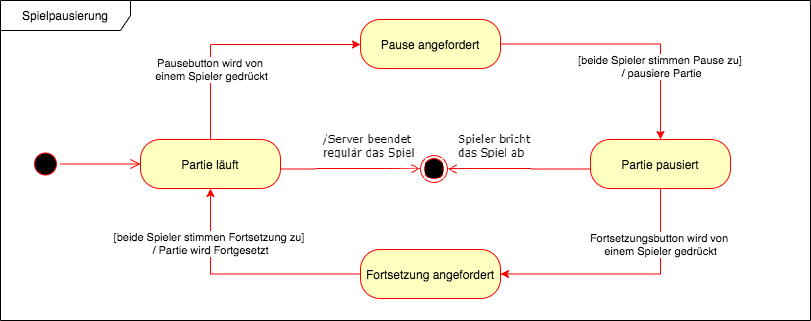
Above: Documentation/Requirement_specification_document/images/Partie_pausieren.png in LeverageAlex/DuneRTS (draw.io), before the change. Source tidied: cells renumbered, new cells last; positions are measured from the earlier drawing's top-left corner, leaving out a move shared by most shapes. The source it was exported from:
```xml
<mxGraphModel>
  <root>
    <mxCell id="0" />
    <mxCell id="1" parent="0" />
    <mxCell id="2" style="edgeStyle=orthogonalEdgeStyle;rounded=0;jettySize=auto;html=1;strokeColor=#FF0000;" parent="1" edge="1" source="4" target="9">
      <mxGeometry relative="1" as="geometry">
        <Array as="points">
          <mxPoint x="210" y="44" />
        </Array>
      </mxGeometry>
    </mxCell>
    <mxCell id="3" value="Pausebutton wird von &lt;br&gt;einem Spieler gedrückt" style="edgeLabel;html=1;align=center;verticalAlign=middle;" parent="2" vertex="1">
      <mxGeometry x="-0.29" y="1" relative="1" as="geometry">
        <mxPoint x="1" y="16" as="offset" />
      </mxGeometry>
    </mxCell>
    <mxCell id="4" value="Partie läuft" style="rounded=1;whiteSpace=wrap;html=1;arcSize=40;fontColor=#000000;fillColor=#ffffc0;strokeColor=#ff0000;shadow=0;" parent="1" vertex="1">
      <mxGeometry x="140" y="139" width="140" height="49" as="geometry" />
    </mxCell>
    <mxCell id="5" style="ellipse;html=1;shape=startState;fillColor=#000000;strokeColor=#ff0000;rounded=1;shadow=0;" parent="1" vertex="1">
      <mxGeometry x="30" y="148.5" width="30" height="30" as="geometry" />
    </mxCell>
    <mxCell id="6" style="edgeStyle=orthogonalEdgeStyle;html=1;verticalAlign=bottom;endArrow=open;endSize=8;strokeColor=#ff0000;rounded=0;entryX=0;entryY=0.5;entryDx=0;entryDy=0;" parent="1" edge="1" source="5" target="4">
      <mxGeometry relative="1" as="geometry" />
    </mxCell>
    <mxCell id="7" style="edgeStyle=orthogonalEdgeStyle;rounded=0;jettySize=auto;html=1;strokeColor=#FF0000;" parent="1" edge="1" source="9" target="15">
      <mxGeometry relative="1" as="geometry" />
    </mxCell>
    <mxCell id="8" value="[beide Spieler stimmen Pause zu] &lt;br&gt;/ pausiere Partie" style="edgeLabel;html=1;align=center;verticalAlign=middle;" parent="7" vertex="1">
      <mxGeometry x="0.42" relative="1" as="geometry">
        <mxPoint y="1" as="offset" />
      </mxGeometry>
    </mxCell>
    <mxCell id="9" value="Pause angefordert" style="rounded=1;whiteSpace=wrap;html=1;arcSize=40;fontColor=#000000;fillColor=#ffffc0;strokeColor=#ff0000;shadow=0;" parent="1" vertex="1">
      <mxGeometry x="360" y="19" width="140" height="49" as="geometry" />
    </mxCell>
    <mxCell id="10" style="edgeStyle=orthogonalEdgeStyle;rounded=0;jettySize=auto;html=1;exitX=0;exitY=0.5;exitDx=0;exitDy=0;entryX=0.5;entryY=1;entryDx=0;entryDy=0;strokeColor=#FF0000;" parent="1" edge="1" source="12" target="4">
      <mxGeometry relative="1" as="geometry" />
    </mxCell>
    <mxCell id="11" value="[beide Spieler stimmen Fortsetzung zu]&amp;nbsp;&lt;br&gt;/ Partie wird Fortgesetzt" style="edgeLabel;html=1;align=center;verticalAlign=middle;" parent="10" vertex="1">
      <mxGeometry x="0.54" y="1" relative="1" as="geometry" />
    </mxCell>
    <mxCell id="12" value="Fortsetzung angefordert" style="rounded=1;whiteSpace=wrap;html=1;arcSize=40;fontColor=#000000;fillColor=#ffffc0;strokeColor=#ff0000;shadow=0;" parent="1" vertex="1">
      <mxGeometry x="360" y="249" width="140" height="49" as="geometry" />
    </mxCell>
    <mxCell id="13" style="edgeStyle=orthogonalEdgeStyle;rounded=0;jettySize=auto;html=1;exitX=0.5;exitY=1;exitDx=0;exitDy=0;entryX=1;entryY=0.5;entryDx=0;entryDy=0;strokeColor=#FF0000;" parent="1" edge="1" source="15" target="12">
      <mxGeometry relative="1" as="geometry" />
    </mxCell>
    <mxCell id="14" value="Fortsetzungsbutton wird von &lt;br&gt;einem Spieler gedrückt" style="edgeLabel;html=1;align=center;verticalAlign=middle;" parent="13" vertex="1">
      <mxGeometry x="-0.55" y="-1" relative="1" as="geometry" />
    </mxCell>
    <mxCell id="15" value="Partie pausiert" style="rounded=1;whiteSpace=wrap;html=1;arcSize=40;fontColor=#000000;fillColor=#ffffc0;strokeColor=#ff0000;shadow=0;" parent="1" vertex="1">
      <mxGeometry x="590" y="139" width="140" height="49" as="geometry" />
    </mxCell>
    <mxCell id="16" value="Spielpausierung" style="shape=umlFrame;whiteSpace=wrap;html=1;rounded=1;shadow=0;strokeColor=#000000;fillColor=default;gradientColor=none;width=130;height=30;" parent="1" vertex="1">
      <mxGeometry width="810" height="320" as="geometry" />
    </mxCell>
  </root>
</mxGraphModel>
```
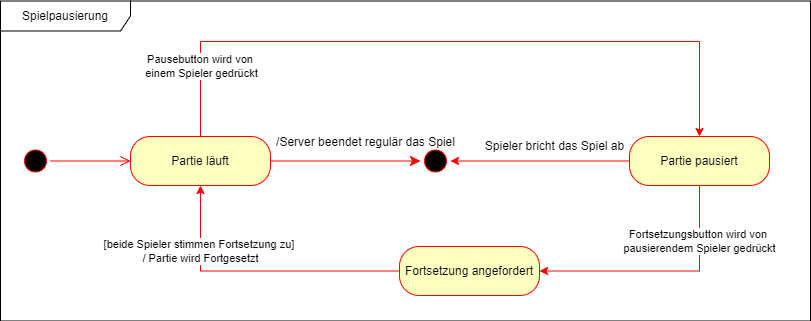
The same diagram one commit later.

Diff of the diagram source:
```diff
@@ -2,8 +2,9 @@
   <root>
     <mxCell id="0" />
     <mxCell id="1" parent="0" />
-    <mxCell id="2" style="edgeStyle=orthogonalEdgeStyle;rounded=0;jettySize=auto;html=1;strokeColor=#FF0000;" parent="1" edge="1" source="4" target="9">
+    <mxCell id="2" style="edgeStyle=orthogonalEdgeStyle;rounded=0;jettySize=auto;html=1;strokeColor=#FF0000;endArrow=none;endFill=0;" parent="1" edge="1" source="4">
       <mxGeometry relative="1" as="geometry">
+        <mxPoint x="360" y="44" as="targetPoint" />
         <Array as="points">
           <mxPoint x="210" y="44" />
         </Array>
@@ -23,17 +24,11 @@
     <mxCell id="6" style="edgeStyle=orthogonalEdgeStyle;html=1;verticalAlign=bottom;endArrow=open;endSize=8;strokeColor=#ff0000;rounded=0;entryX=0;entryY=0.5;entryDx=0;entryDy=0;" parent="1" edge="1" source="5" target="4">
       <mxGeometry relative="1" as="geometry" />
     </mxCell>
-    <mxCell id="7" style="edgeStyle=orthogonalEdgeStyle;rounded=0;jettySize=auto;html=1;strokeColor=#FF0000;" parent="1" edge="1" source="9" target="15">
-      <mxGeometry relative="1" as="geometry" />
+    <mxCell id="7" style="edgeStyle=orthogonalEdgeStyle;rounded=0;jettySize=auto;html=1;strokeColor=#FF0000;" parent="1" edge="1" target="15">
+      <mxGeometry relative="1" as="geometry">
+        <mxPoint x="330" y="44" as="sourcePoint" />
+      </mxGeometry>
     </mxCell>
-    <mxCell id="8" value="[beide Spieler stimmen Pause zu] &lt;br&gt;/ pausiere Partie" style="edgeLabel;html=1;align=center;verticalAlign=middle;" parent="7" vertex="1">
-      <mxGeometry x="0.42" relative="1" as="geometry">
-        <mxPoint y="1" as="offset" />
-      </mxGeometry>
-    </mxCell>
-    <mxCell id="9" value="Pause angefordert" style="rounded=1;whiteSpace=wrap;html=1;arcSize=40;fontColor=#000000;fillColor=#ffffc0;strokeColor=#ff0000;shadow=0;" parent="1" vertex="1">
-      <mxGeometry x="360" y="19" width="140" height="49" as="geometry" />
-    </mxCell>
     <mxCell id="10" style="edgeStyle=orthogonalEdgeStyle;rounded=0;jettySize=auto;html=1;exitX=0;exitY=0.5;exitDx=0;exitDy=0;entryX=0.5;entryY=1;entryDx=0;entryDy=0;strokeColor=#FF0000;" parent="1" edge="1" source="12" target="4">
       <mxGeometry relative="1" as="geometry" />
     </mxCell>
@@ -41,19 +36,38 @@
       <mxGeometry x="0.54" y="1" relative="1" as="geometry" />
     </mxCell>
     <mxCell id="12" value="Fortsetzung angefordert" style="rounded=1;whiteSpace=wrap;html=1;arcSize=40;fontColor=#000000;fillColor=#ffffc0;strokeColor=#ff0000;shadow=0;" parent="1" vertex="1">
-      <mxGeometry x="360" y="249" width="140" height="49" as="geometry" />
+      <mxGeometry x="409" y="249" width="140" height="49" as="geometry" />
     </mxCell>
     <mxCell id="13" style="edgeStyle=orthogonalEdgeStyle;rounded=0;jettySize=auto;html=1;exitX=0.5;exitY=1;exitDx=0;exitDy=0;entryX=1;entryY=0.5;entryDx=0;entryDy=0;strokeColor=#FF0000;" parent="1" edge="1" source="15" target="12">
       <mxGeometry relative="1" as="geometry" />
     </mxCell>
-    <mxCell id="14" value="Fortsetzungsbutton wird von &lt;br&gt;einem Spieler gedrückt" style="edgeLabel;html=1;align=center;verticalAlign=middle;" parent="13" vertex="1">
+    <mxCell id="14" value="Fortsetzungsbutton wird von &lt;br&gt;pausierendem Spieler gedrückt" style="edgeLabel;html=1;align=center;verticalAlign=middle;" parent="13" vertex="1">
       <mxGeometry x="-0.55" y="-1" relative="1" as="geometry" />
     </mxCell>
     <mxCell id="15" value="Partie pausiert" style="rounded=1;whiteSpace=wrap;html=1;arcSize=40;fontColor=#000000;fillColor=#ffffc0;strokeColor=#ff0000;shadow=0;" parent="1" vertex="1">
-      <mxGeometry x="590" y="139" width="140" height="49" as="geometry" />
+      <mxGeometry x="639" y="139" width="140" height="49" as="geometry" />
     </mxCell>
     <mxCell id="16" value="Spielpausierung" style="shape=umlFrame;whiteSpace=wrap;html=1;rounded=1;shadow=0;strokeColor=#000000;fillColor=default;gradientColor=none;width=130;height=30;" parent="1" vertex="1">
-      <mxGeometry width="810" height="320" as="geometry" />
+      <mxGeometry x="10" y="3.5" width="810" height="320" as="geometry" />
     </mxCell>
+    <mxCell id="17" style="edgeStyle=orthogonalEdgeStyle;html=1;verticalAlign=bottom;endArrow=classic;endSize=8;strokeColor=#ff0000;rounded=0;endFill=1;entryX=0;entryY=0.5;entryDx=0;entryDy=0;" parent="1" edge="1" target="18">
+      <mxGeometry relative="1" as="geometry">
+        <mxPoint x="280" y="163.5" as="sourcePoint" />
+      </mxGeometry>
+    </mxCell>
+    <mxCell id="18" style="ellipse;html=1;shape=startState;fillColor=#000000;strokeColor=#ff0000;rounded=1;shadow=0;" parent="1" vertex="1">
+      <mxGeometry x="430" y="148.5" width="30" height="30" as="geometry" />
+    </mxCell>
+    <mxCell id="19" style="edgeStyle=orthogonalEdgeStyle;html=1;verticalAlign=bottom;endArrow=none;endSize=8;strokeColor=#ff0000;rounded=0;exitX=1;exitY=0.5;exitDx=0;exitDy=0;endFill=0;startArrow=classic;startFill=1;" parent="1" edge="1" source="18">
+      <mxGeometry relative="1" as="geometry">
+        <mxPoint x="639" y="163.5" as="targetPoint" />
+      </mxGeometry>
+    </mxCell>
+    <mxCell id="20" value="Spieler bricht das Spiel ab" style="text;html=1;align=center;verticalAlign=middle;strokeColor=none;fillColor=none;" parent="1" vertex="1">
+      <mxGeometry x="489" y="139" width="150" height="20" as="geometry" />
+    </mxCell>
+    <mxCell id="21" value="/Server beendet regulär das Spiel" style="text;html=1;align=center;verticalAlign=middle;strokeColor=none;fillColor=none;" parent="1" vertex="1">
+      <mxGeometry x="280" y="135" width="190" height="20" as="geometry" />
+    </mxCell>
   </root>
 </mxGraphModel>
```
